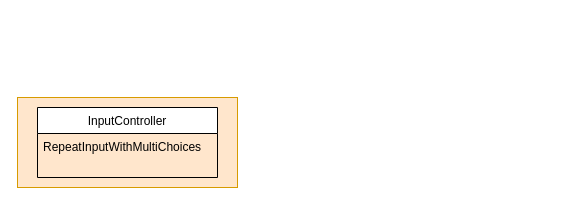
This is page "01_InputController" (2 of 7) of LandmasterLibrary/_Module_Diagram.drawio from landmaster135/pyclone-tornado, a draw.io file, before an edit. Source tidied: cells renumbered, new cells numbered last; positions are measured from the earlier drawing's top-left corner, leaving out a move shared by most shapes. Both pictures are drawn from the tidied source at 100%, with x=0, y=0 at pixel (17, 97).
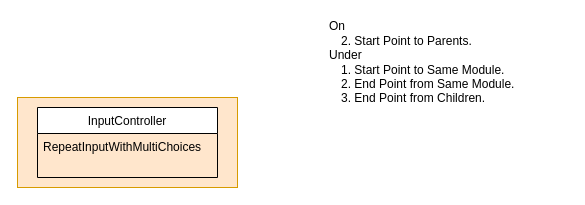
The same page after the edit.

The edit, as a diff of the source:
```diff
@@
 <mxGraphModel>
   <root>
     <mxCell id="0" />
     <mxCell id="1" parent="0" />
     <mxCell id="2" style="rounded=0;whiteSpace=wrap;html=1;fillColor=#ffe6cc;strokeColor=#d79b00;" parent="1" vertex="1">
       <mxGeometry width="220" height="90" as="geometry" />
     </mxCell>
     <mxCell id="3" value="InputController" style="swimlane;fontStyle=0;align=center;verticalAlign=top;horizontal=1;startSize=26;rounded=0;shadow=0;strokeWidth=1;" parent="1" vertex="1">
       <mxGeometry x="20" y="10" width="180" height="70" as="geometry" />
     </mxCell>
     <mxCell id="4" value="RepeatInputWithMultiChoices" style="text;align=left;verticalAlign=top;spacingLeft=4;spacingRight=4;overflow=hidden;" parent="3" vertex="1">
       <mxGeometry y="26" width="180" height="26" as="geometry" />
     </mxCell>
+    <mxCell id="5" value="On&lt;br&gt;　2. Start Point to Parents.&lt;br&gt;Under&lt;br&gt;　1. Start Point to Same Module.&lt;br&gt;　2. End Point from Same Module.&lt;br&gt;　3. End Point from Children." style="text;html=1;strokeColor=none;fillColor=none;align=left;verticalAlign=middle;whiteSpace=wrap;rounded=0;" parent="1" vertex="1">
+      <mxGeometry x="310" y="-80" width="240" height="90" as="geometry" />
+    </mxCell>
   </root>
 </mxGraphModel>
```
